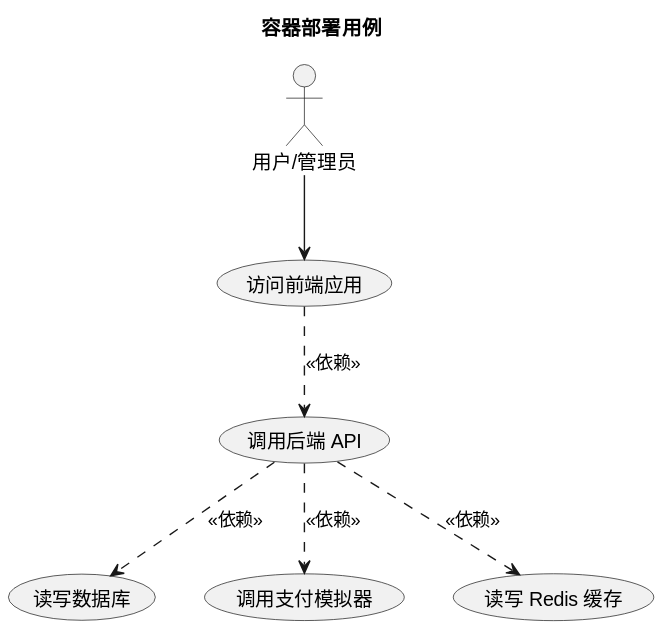
greenhandzdl/charging-station-doc keeps this PlantUML diagram as usecase/docs/containerd/img/container_usecases.svg. Above is the earlier version.
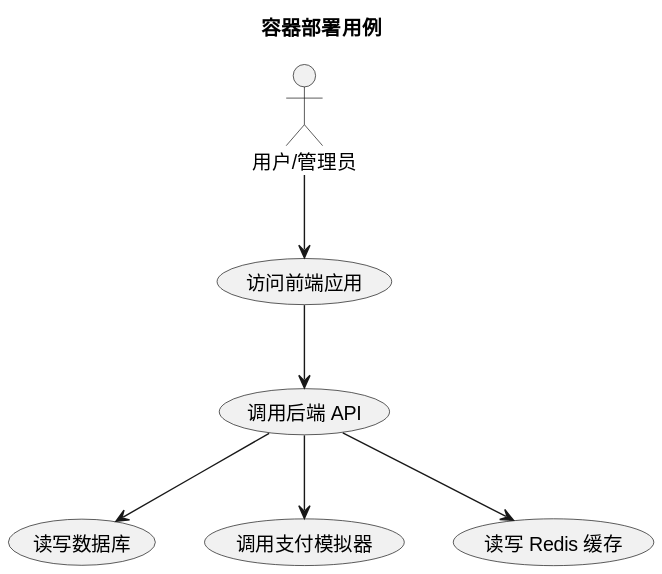
Later version of the same file.

The edit, as a diff of the source:
```diff
@@ -11,8 +11,8 @@
 usecase "读写 Redis 缓存" as UC5
 
 UA --> UC1
-UC1 ..> UC2 : <<依赖>>
-UC2 ..> UC3 : <<依赖>>
-UC2 ..> UC4 : <<依赖>>
-UC2 ..> UC5 : <<依赖>>
+UC1 --> UC2
+UC2 --> UC3
+UC2 --> UC4
+UC2 --> UC5
 @enduml
```
